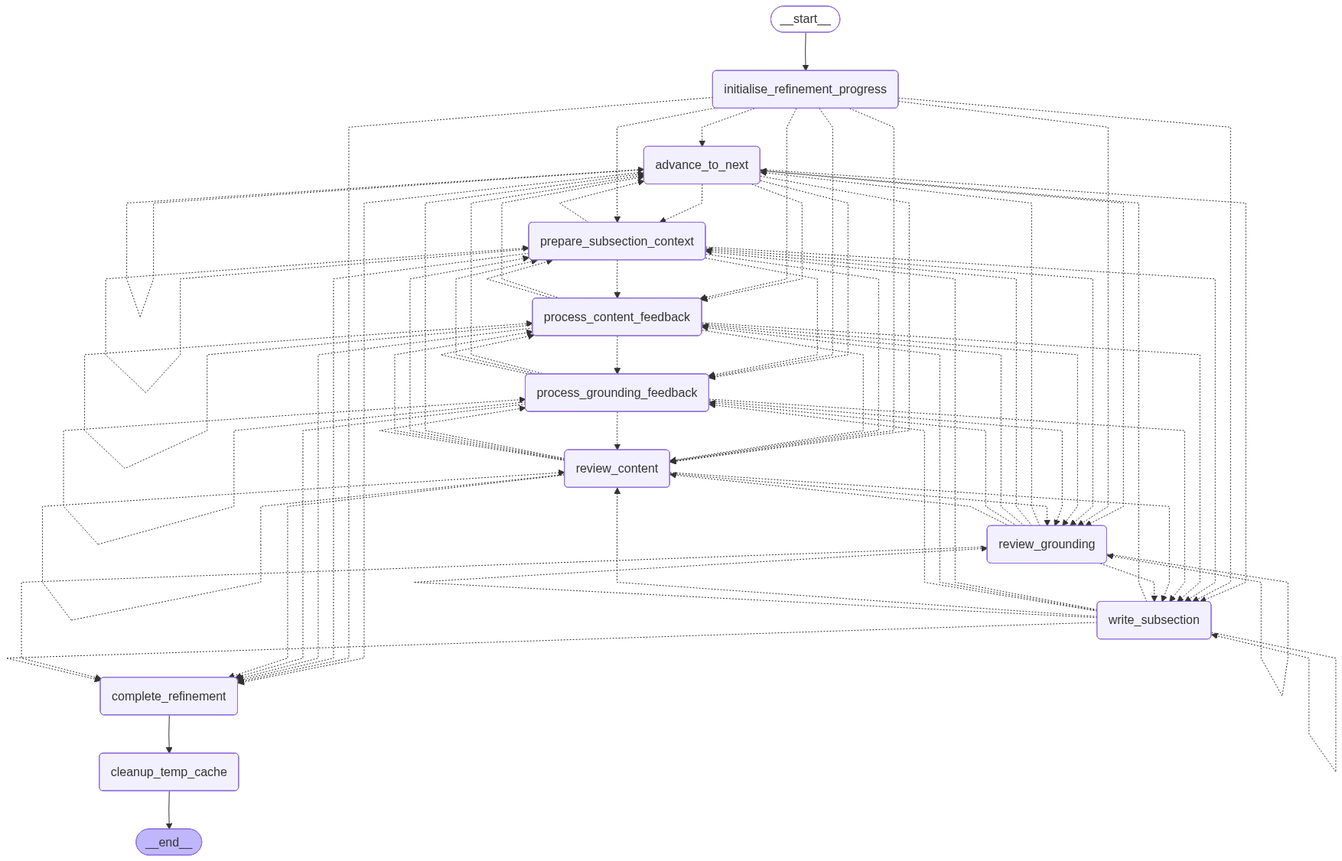
The Mermaid diagram graph_diagrams/refinement_graph.png in flatala/langgraph-research, before a commit. Its source is kept beside it as graph_diagrams/refinement_graph.mmd.
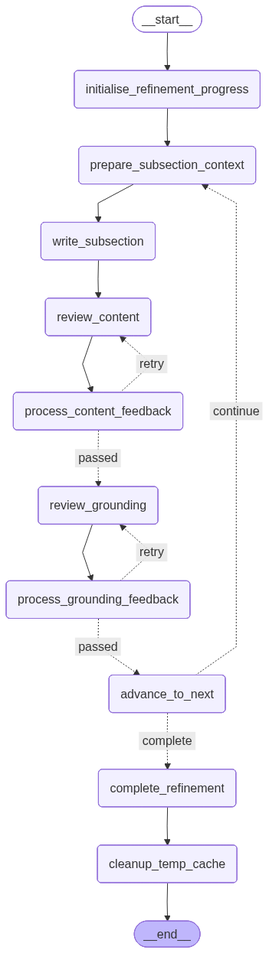
The same file after the commit.

Commit message:
simplify graph, add tool calls for writing

Change to the diagram source:
```diff
@@ -17,72 +17,19 @@
 	cleanup_temp_cache(cleanup_temp_cache)
 	__end__([<p>__end__</p>]):::last
 	__start__ --> initialise_refinement_progress;
-	advance_to_next -.-> complete_refinement;
-	advance_to_next -.-> prepare_subsection_context;
-	advance_to_next -.-> process_content_feedback;
-	advance_to_next -.-> process_grounding_feedback;
-	advance_to_next -.-> review_content;
-	advance_to_next -.-> review_grounding;
-	advance_to_next -.-> write_subsection;
+	advance_to_next -. &nbsp;complete&nbsp; .-> complete_refinement;
+	advance_to_next -. &nbsp;continue&nbsp; .-> prepare_subsection_context;
 	complete_refinement --> cleanup_temp_cache;
-	initialise_refinement_progress -.-> advance_to_next;
-	initialise_refinement_progress -.-> complete_refinement;
-	initialise_refinement_progress -.-> prepare_subsection_context;
-	initialise_refinement_progress -.-> process_content_feedback;
-	initialise_refinement_progress -.-> process_grounding_feedback;
-	initialise_refinement_progress -.-> review_content;
-	initialise_refinement_progress -.-> review_grounding;
-	initialise_refinement_progress -.-> write_subsection;
-	prepare_subsection_context -.-> advance_to_next;
-	prepare_subsection_context -.-> complete_refinement;
-	prepare_subsection_context -.-> process_content_feedback;
-	prepare_subsection_context -.-> process_grounding_feedback;
-	prepare_subsection_context -.-> review_content;
-	prepare_subsection_context -.-> review_grounding;
-	prepare_subsection_context -.-> write_subsection;
-	process_content_feedback -.-> advance_to_next;
-	process_content_feedback -.-> complete_refinement;
-	process_content_feedback -.-> prepare_subsection_context;
-	process_content_feedback -.-> process_grounding_feedback;
-	process_content_feedback -.-> review_content;
-	process_content_feedback -.-> review_grounding;
-	process_content_feedback -.-> write_subsection;
-	process_grounding_feedback -.-> advance_to_next;
-	process_grounding_feedback -.-> complete_refinement;
-	process_grounding_feedback -.-> prepare_subsection_context;
-	process_grounding_feedback -.-> process_content_feedback;
-	process_grounding_feedback -.-> review_content;
-	process_grounding_feedback -.-> review_grounding;
-	process_grounding_feedback -.-> write_subsection;
-	review_content -.-> advance_to_next;
-	review_content -.-> complete_refinement;
-	review_content -.-> prepare_subsection_context;
-	review_content -.-> process_content_feedback;
-	review_content -.-> process_grounding_feedback;
-	review_content -.-> review_grounding;
-	review_content -.-> write_subsection;
-	review_grounding -.-> advance_to_next;
-	review_grounding -.-> complete_refinement;
-	review_grounding -.-> prepare_subsection_context;
-	review_grounding -.-> process_content_feedback;
-	review_grounding -.-> process_grounding_feedback;
-	review_grounding -.-> review_content;
-	review_grounding -.-> write_subsection;
-	write_subsection -.-> advance_to_next;
-	write_subsection -.-> complete_refinement;
-	write_subsection -.-> prepare_subsection_context;
-	write_subsection -.-> process_content_feedback;
-	write_subsection -.-> process_grounding_feedback;
-	write_subsection -.-> review_content;
-	write_subsection -.-> review_grounding;
+	initialise_refinement_progress --> prepare_subsection_context;
+	prepare_subsection_context --> write_subsection;
+	process_content_feedback -. &nbsp;retry&nbsp; .-> review_content;
+	process_content_feedback -. &nbsp;passed&nbsp; .-> review_grounding;
+	process_grounding_feedback -. &nbsp;passed&nbsp; .-> advance_to_next;
+	process_grounding_feedback -. &nbsp;retry&nbsp; .-> review_grounding;
+	review_content --> process_content_feedback;
+	review_grounding --> process_grounding_feedback;
+	write_subsection --> review_content;
 	cleanup_temp_cache --> __end__;
-	advance_to_next -.-> advance_to_next;
-	prepare_subsection_context -.-> prepare_subsection_context;
-	process_content_feedback -.-> process_content_feedback;
-	process_grounding_feedback -.-> process_grounding_feedback;
-	review_content -.-> review_content;
-	review_grounding -.-> review_grounding;
-	write_subsection -.-> write_subsection;
 	classDef default fill:#f2f0ff,line-height:1.2
 	classDef first fill-opacity:0
 	classDef last fill:#bfb6fc
```
